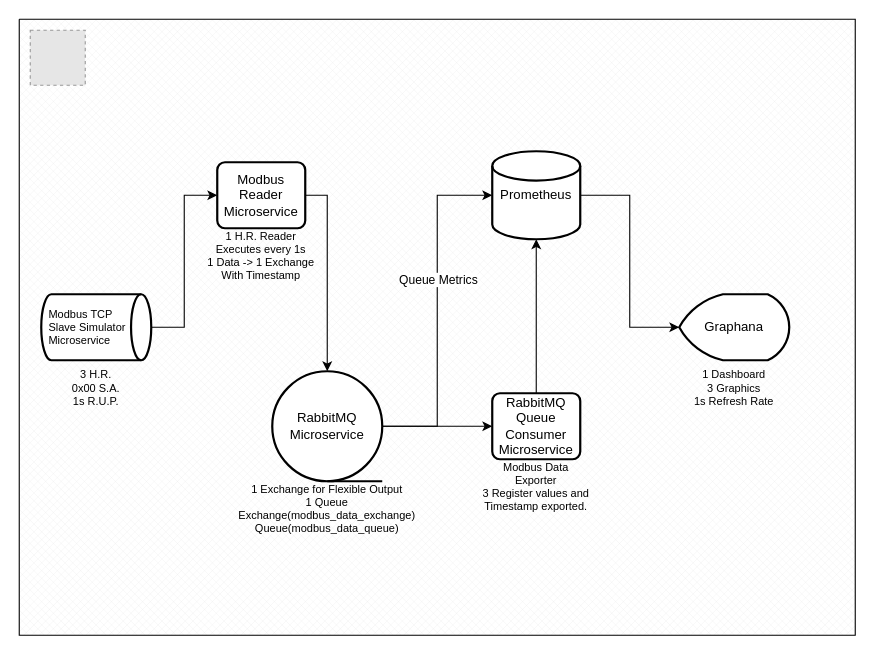
Earlier version of the draw.io diagram Documents/Architecture_V1.drawio (dipcikibrahim/smartpulse-case). Source tidied: cells renumbered, new cells numbered last; positions are measured from the earlier drawing's top-left corner, leaving out a move shared by most shapes. Both pictures are drawn from the tidied source at 110%, with x=0, y=0 at pixel (19, 19). Pictures stored in the file or linked from it are replaced by grey dashed boxes.
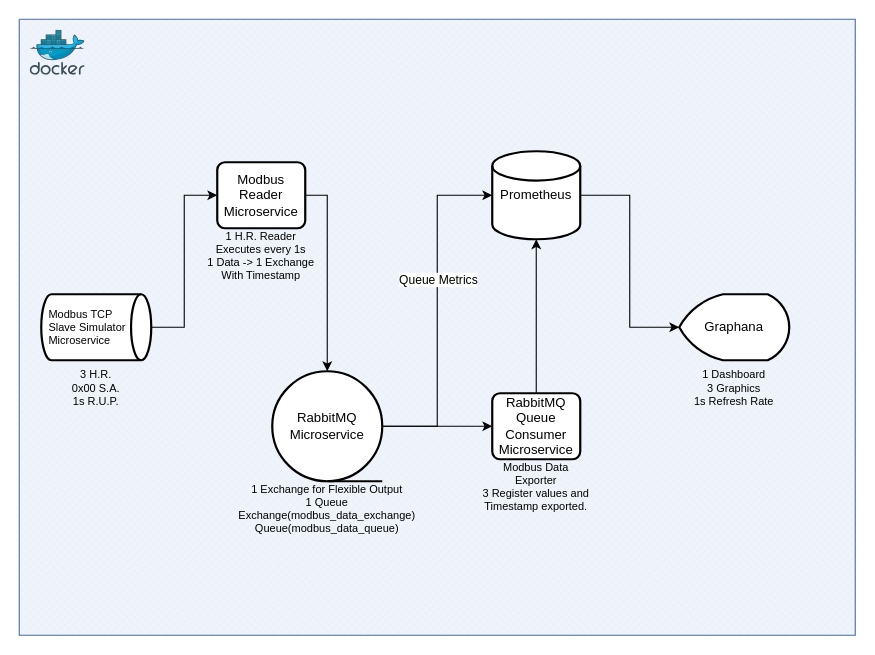
The same diagram, later.

The edit, as a diff of the source:
```diff
@@
-    <mxCell id="2" style="verticalLabelPosition=bottom;verticalAlign=top;html=1;shape=mxgraph.basic.patternFillRect;fillStyle=diagGrid;step=5;fillStrokeWidth=0.2;fillStrokeColor=#dddddd;" parent="1" vertex="1">
+    <mxCell id="2" style="verticalLabelPosition=bottom;verticalAlign=top;html=1;shape=mxgraph.basic.patternFillRect;fillStyle=diagGrid;step=5;fillStrokeWidth=0.2;fillStrokeColor=#dddddd;fillColor=#EFF4FC;strokeColor=#466CA3;" parent="1" vertex="1">
       <mxGeometry width="760" height="560" as="geometry" />
     </mxCell>
-    <mxCell id="3" style="fillColor=#E6E6E6;strokeColor=#999999;dashed=1;html=1;verticalAlign=top;verticalLabelPosition=bottom;labelBackgroundColor=#ffffff;" parent="1" vertex="1">
-      <mxGeometry x="10" y="10" width="50" height="50" as="geometry" />
-    </mxCell>
@@
+    <mxCell id="22" style="image;sketch=0;html=1;align=center;fontSize=12;image=img/lib/mscae/Docker.svg;" parent="1" vertex="1">
+      <mxGeometry x="10" y="10" width="50" height="41" as="geometry" />
+    </mxCell>
```
